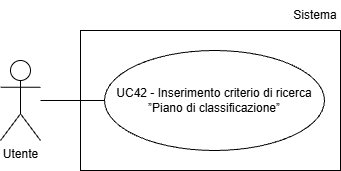
Before: assets/Use_Case_Diagrams/UC42.png, a diagram exported from draw.io (Team-Three-Technologies/Documenti). Source tidied: cells renumbered, new cells last; positions are measured from the earlier drawing's top-left corner, leaving out a move shared by most shapes. Source of this version:
```xml
<mxGraphModel>
  <root>
    <mxCell id="0" />
    <mxCell id="1" parent="0" />
    <mxCell id="2" value="Utente" style="shape=umlActor;verticalLabelPosition=bottom;verticalAlign=top;html=1;" parent="1" vertex="1">
      <mxGeometry y="60" width="40" height="80" as="geometry" />
    </mxCell>
    <mxCell id="3" value="UC42 - Inserimento criterio di ricerca ”Piano di classificazione”" style="ellipse;whiteSpace=wrap;html=1;align=center;" parent="1" vertex="1">
      <mxGeometry x="104" y="50" width="220" height="100" as="geometry" />
    </mxCell>
    <mxCell id="4" style="endArrow=none;html=1;rounded=0;entryX=0;entryY=0.5;entryDx=0;entryDy=0;" parent="1" edge="1" target="3">
      <mxGeometry relative="1" as="geometry">
        <mxPoint x="40" y="100" as="sourcePoint" />
      </mxGeometry>
    </mxCell>
    <mxCell id="5" style="rounded=0;whiteSpace=wrap;html=1;fillColor=none;" parent="1" vertex="1">
      <mxGeometry x="80" y="30" width="260" height="140" as="geometry" />
    </mxCell>
    <mxCell id="6" value="Sistema" style="text;html=1;whiteSpace=wrap;strokeColor=none;fillColor=none;align=center;verticalAlign=middle;rounded=0;" parent="1" vertex="1">
      <mxGeometry x="290" width="50" height="30" as="geometry" />
    </mxCell>
  </root>
</mxGraphModel>
```
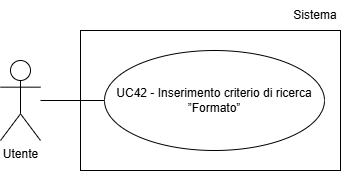
Above is the later version.

The edit, as a diff of the source:
```diff
@@ -5,14 +5,14 @@
     <mxCell id="2" value="Utente" style="shape=umlActor;verticalLabelPosition=bottom;verticalAlign=top;html=1;" parent="1" vertex="1">
       <mxGeometry y="60" width="40" height="80" as="geometry" />
     </mxCell>
-    <mxCell id="3" value="UC42 - Inserimento criterio di ricerca ”Piano di classificazione”" style="ellipse;whiteSpace=wrap;html=1;align=center;" parent="1" vertex="1">
-      <mxGeometry x="104" y="50" width="220" height="100" as="geometry" />
-    </mxCell>
-    <mxCell id="4" style="endArrow=none;html=1;rounded=0;entryX=0;entryY=0.5;entryDx=0;entryDy=0;" parent="1" edge="1" target="3">
-      <mxGeometry relative="1" as="geometry">
-        <mxPoint x="40" y="100" as="sourcePoint" />
-      </mxGeometry>
-    </mxCell>
+    <mxCell id="7" value="UC42 - Inserimento criterio di ricerca ”Formato”" style="ellipse;whiteSpace=wrap;html=1;align=center;" parent="1" vertex="1">
+      <mxGeometry x="104" y="50" width="220" height="100" as="geometry" />
+    </mxCell>
+    <mxCell id="8" style="endArrow=none;html=1;rounded=0;entryX=0;entryY=0.5;entryDx=0;entryDy=0;" parent="1" edge="1" target="7">
+      <mxGeometry relative="1" as="geometry">
+        <mxPoint x="40" y="100" as="sourcePoint" />
+      </mxGeometry>
+    </mxCell>
     <mxCell id="5" style="rounded=0;whiteSpace=wrap;html=1;fillColor=none;" parent="1" vertex="1">
       <mxGeometry x="80" y="30" width="260" height="140" as="geometry" />
     </mxCell>
```
